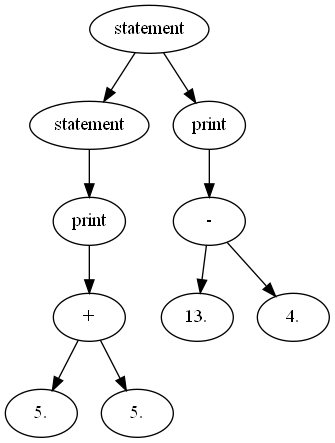
This is russkie_alga!/parse.png from matmuher/flip-flop, a Graphviz export, as it was before one commit. Its source is kept beside it as russkie_alga!/parse.dot. Its diagram source:
```dot
digraph G {
A00783460 [label = "statement"];
A00783460 -> A00782368;
A00783460 -> A00783508;
A00782368 [label = "statement"];
A00782368 -> A00783438;
A00783438 [label = "print"];
A00783438 -> A00783420;
A00783420 [label = "+"];
A00783420 -> A00782398;
A00783420 -> A007823C0;
A00782398 [label = "5."];
A007823C0 [label = "5."];
A00783508 [label = "print"];
A00783508 -> A007834E0;
A007834E0 [label = "-"];
A007834E0 -> A00783490;
A007834E0 -> A007834B8;
A00783490 [label = "13."];
A007834B8 [label = "4."];
}
```
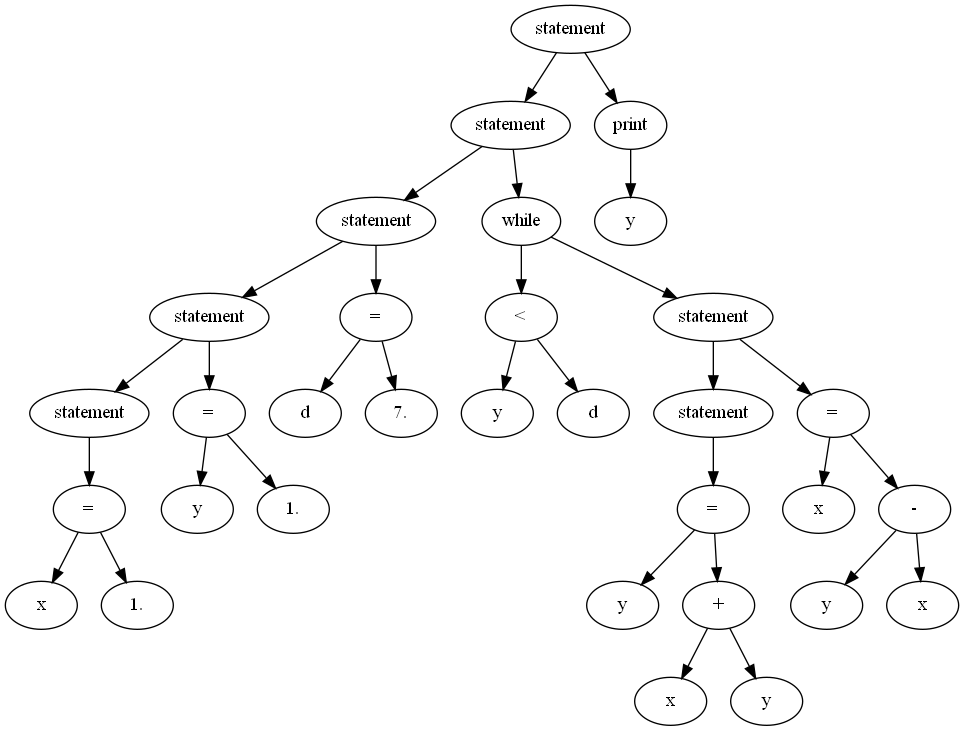
Later version of the same file.

The edit, as a diff of the source:
```diff
@@ -1,21 +1,65 @@
 digraph G {
-A00783460 [label = "statement"];
-A00783460 -> A00782368;
-A00783460 -> A00783508;
-A00782368 [label = "statement"];
-A00782368 -> A00783438;
-A00783438 [label = "print"];
-A00783438 -> A00783420;
-A00783420 [label = "+"];
-A00783420 -> A00782398;
-A00783420 -> A007823C0;
-A00782398 [label = "5."];
-A007823C0 [label = "5."];
-A00783508 [label = "print"];
-A00783508 -> A007834E0;
-A007834E0 [label = "-"];
-A007834E0 -> A00783490;
-A007834E0 -> A007834B8;
-A00783490 [label = "13."];
-A007834B8 [label = "4."];
+A00726C88 [label = "statement"];
+A00726C88 -> A00726BA0;
+A00726C88 -> A00727138;
+A00726BA0 [label = "statement"];
+A00726BA0 -> A00720540;
+A00726BA0 -> A00726C40;
+A00720540 [label = "statement"];
+A00720540 -> A007204C8;
+A00720540 -> A007205A0;
+A007204C8 [label = "statement"];
+A007204C8 -> A00722500;
+A007204C8 -> A00720528;
+A00722500 [label = "statement"];
+A00722500 -> A007204B0;
+A007204B0 [label = "="];
+A007204B0 -> A00722530;
+A007204B0 -> A00722558;
+A00722530 [label = "x"];
+A00722558 [label = "1."];
+A00720528 [label = "="];
+A00720528 -> A007204F8;
+A00720528 -> A00720510;
+A007204F8 [label = "y"];
+A00720510 [label = "1."];
+A007205A0 [label = "="];
+A007205A0 -> A00720570;
+A007205A0 -> A00720588;
+A00720570 [label = "d"];
+A00720588 [label = "7."];
+A00726C40 [label = "while"];
+A00726C40 -> A00726D48;
+A00726C40 -> A00726C10;
+A00726D48 [label = "<"];
+A00726D48 -> A00726CD0;
+A00726D48 -> A00726C28;
+A00726CD0 [label = "y"];
+A00726C28 [label = "d"];
+A00726C10 [label = "statement"];
+A00726C10 -> A00726CA0;
+A00726C10 -> A00726BF8;
+A00726CA0 [label = "statement"];
+A00726CA0 -> A00726D78;
+A00726D78 [label = "="];
+A00726D78 -> A00726D90;
+A00726D78 -> A00726D60;
+A00726D90 [label = "y"];
+A00726D60 [label = "+"];
+A00726D60 -> A00726D30;
+A00726D60 -> A00726D18;
+A00726D30 [label = "x"];
+A00726D18 [label = "y"];
+A00726BF8 [label = "="];
+A00726BF8 -> A00726CE8;
+A00726BF8 -> A00726C70;
+A00726CE8 [label = "x"];
+A00726C70 [label = "-"];
+A00726C70 -> A00726DA8;
+A00726C70 -> A00726BE0;
+A00726DA8 [label = "y"];
+A00726BE0 [label = "x"];
+A00727138 [label = "print"];
+A00727138 -> A00727168;
+A00727168 [label = "y"];
 }
```
